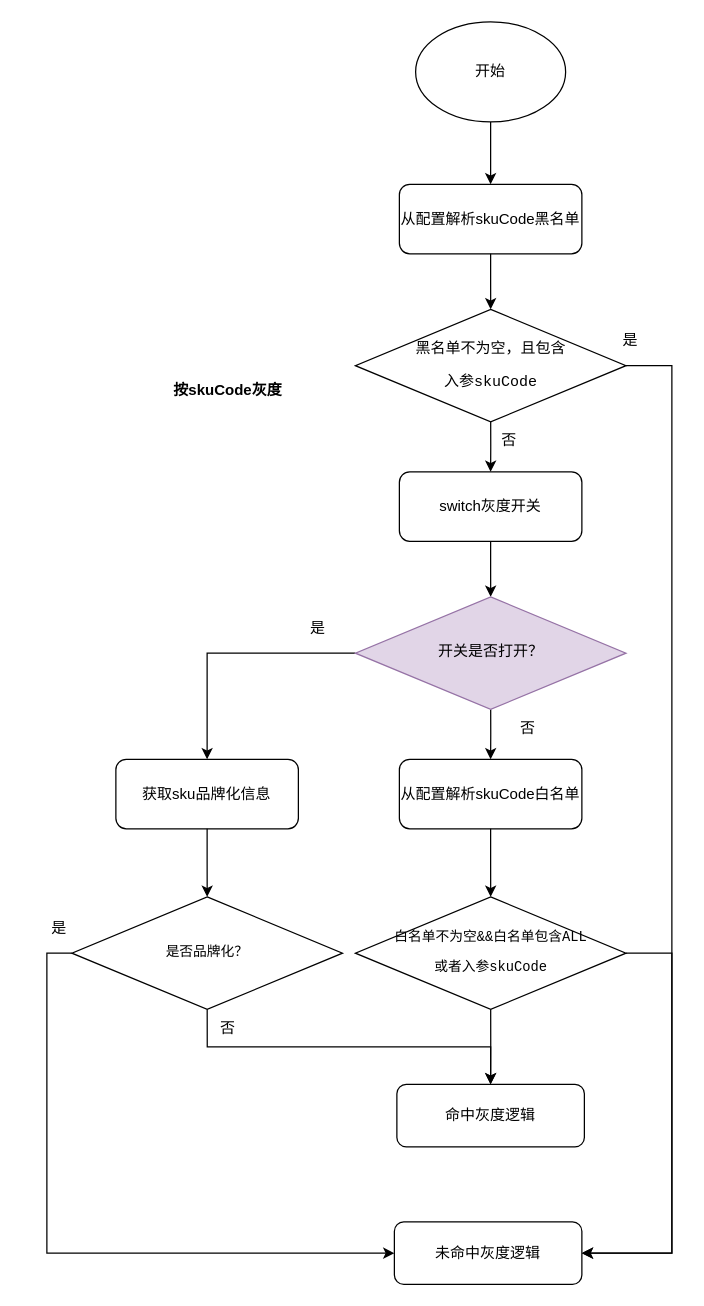
Above: 灰度逻辑.drawio in heyrry/draw.io (draw.io), before the change. Source tidied: cells renumbered, new cells numbered last; positions are measured from the earlier drawing's top-left corner, leaving out a move shared by most shapes. Both pictures are drawn from the tidied source at 125%, with x=0, y=0 at pixel (21, 21).
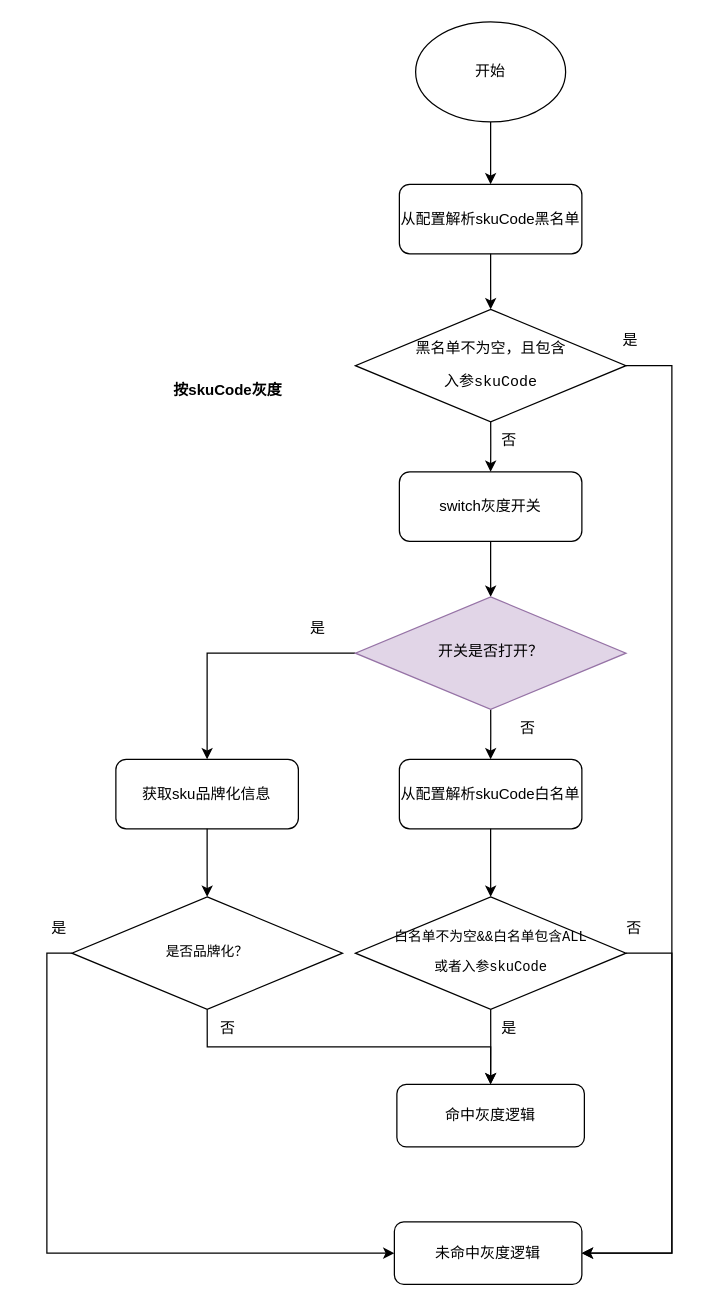
After the change.

Commit message (it also covers changes not shown here):
更新灰度逻辑.drawio

Change to the diagram source:
```diff
@@
+    <mxCell id="33" value="是" style="text;html=1;align=center;verticalAlign=middle;whiteSpace=wrap;rounded=0;" parent="1" vertex="1">
+      <mxGeometry x="360" y="790" width="60" height="30" as="geometry" />
+    </mxCell>
+    <mxCell id="34" value="否" style="text;html=1;align=center;verticalAlign=middle;whiteSpace=wrap;rounded=0;" parent="1" vertex="1">
+      <mxGeometry x="460" y="710" width="60" height="30" as="geometry" />
+    </mxCell>
```
